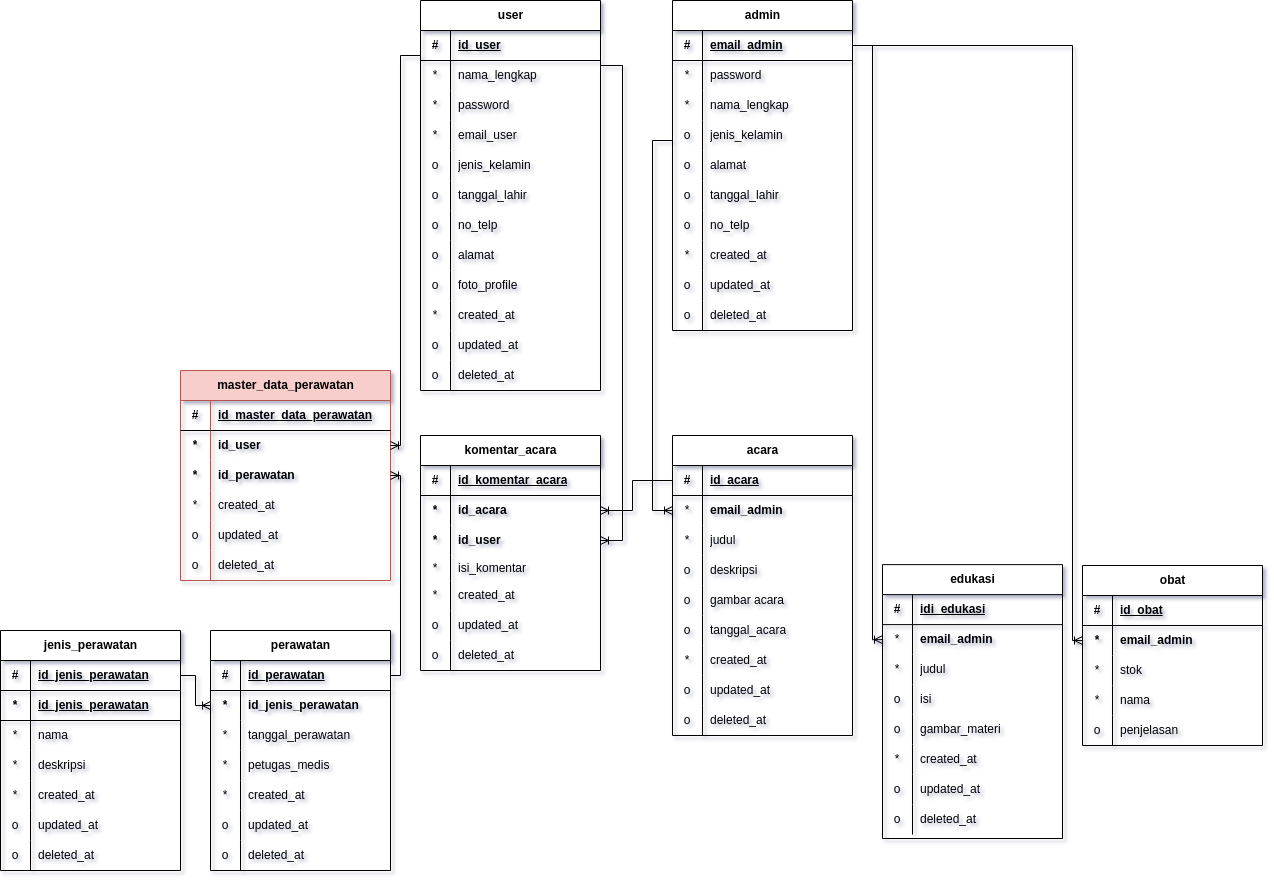
Above: docs/architecture/database/Logical-Data-Model.png in oskhar/Posyandu-Data-Management (draw.io), before the change. Source tidied: cells renumbered, new cells last; positions are measured from the earlier drawing's top-left corner, leaving out a move shared by most shapes.
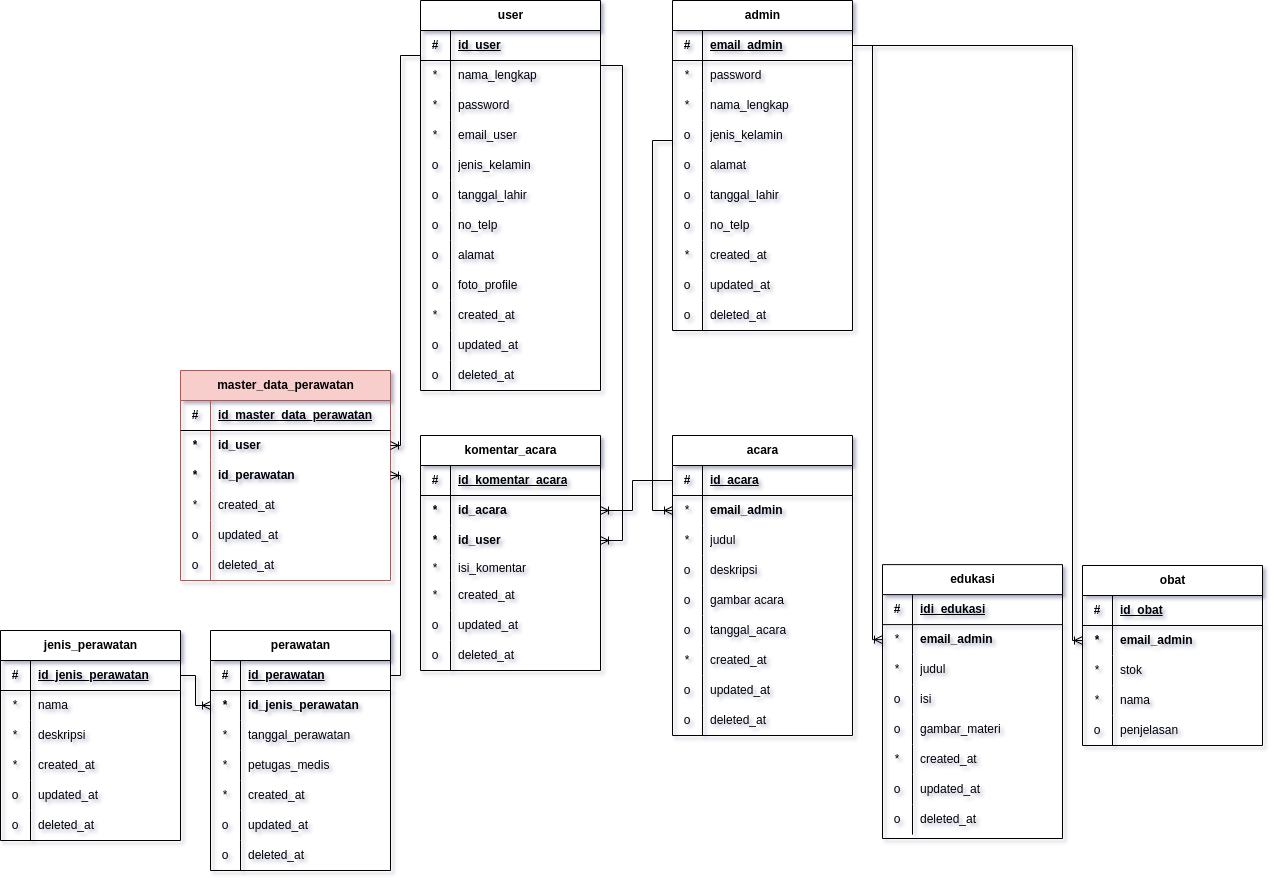
Above is the later version.

Commit message:
fix: penamaan atribute

What changed in the source:
```diff
@@ -180,7 +180,7 @@
       <mxGeometry x="30" width="150" height="30" as="geometry" />
     </mxCell>
     <mxCell id="61" value="jenis_perawatan" style="shape=table;startSize=30;rowLines=0;fontStyle=1;align=center;html=1;" parent="1" vertex="1">
-      <mxGeometry y="630" width="180" height="240" as="geometry" />
+      <mxGeometry y="630" width="180" height="210" as="geometry" />
     </mxCell>
     <mxCell id="62" style="shape=tableRow;horizontal=0;startSize=0;swimlaneHead=0;swimlaneBody=0;fillColor=none;points=[[0,0.5],[1,0.5]];portConstraint=eastwest;top=0;left=0;right=0;bottom=1;" parent="61" vertex="1">
       <mxGeometry y="30" width="180" height="30" as="geometry" />
@@ -191,17 +191,8 @@
     <mxCell id="64" value="id_jenis_perawatan" style="shape=partialRectangle;fillColor=none;top=0;left=0;bottom=0;right=0;align=left;spacingLeft=6;fontStyle=5;overflow=hidden;whiteSpace=wrap;html=1;" parent="62" vertex="1">
       <mxGeometry x="30" width="150" height="30" as="geometry" />
     </mxCell>
-    <mxCell id="65" style="shape=tableRow;horizontal=0;startSize=0;swimlaneHead=0;swimlaneBody=0;fillColor=none;top=0;left=0;right=0;bottom=1;" parent="61" vertex="1">
-      <mxGeometry y="60" width="180" height="30" as="geometry" />
-    </mxCell>
-    <mxCell id="66" value="*" style="shape=partialRectangle;fillColor=none;top=0;left=0;bottom=0;right=0;fontStyle=1;overflow=hidden;whiteSpace=wrap;html=1;" parent="65" vertex="1">
-      <mxGeometry width="30" height="30" as="geometry" />
-    </mxCell>
-    <mxCell id="67" value="id_jenis_perawatan" style="shape=partialRectangle;fillColor=none;top=0;left=0;bottom=0;right=0;align=left;spacingLeft=6;fontStyle=5;overflow=hidden;whiteSpace=wrap;html=1;" parent="65" vertex="1">
-      <mxGeometry x="30" width="150" height="30" as="geometry" />
-    </mxCell>
     <mxCell id="68" style="shape=tableRow;horizontal=0;startSize=0;swimlaneHead=0;swimlaneBody=0;fillColor=none;top=0;left=0;right=0;bottom=0;" parent="61" vertex="1">
-      <mxGeometry y="90" width="180" height="30" as="geometry" />
+      <mxGeometry y="60" width="180" height="30" as="geometry" />
     </mxCell>
     <mxCell id="69" value="*" style="shape=partialRectangle;fillColor=none;top=0;left=0;bottom=0;right=0;overflow=hidden;whiteSpace=wrap;html=1;" parent="68" vertex="1">
       <mxGeometry width="30" height="30" as="geometry" />
@@ -210,7 +201,7 @@
       <mxGeometry x="30" width="150" height="30" as="geometry" />
     </mxCell>
     <mxCell id="71" style="shape=tableRow;horizontal=0;startSize=0;swimlaneHead=0;swimlaneBody=0;fillColor=none;top=0;left=0;right=0;bottom=0;" parent="61" vertex="1">
-      <mxGeometry y="120" width="180" height="30" as="geometry" />
+      <mxGeometry y="90" width="180" height="30" as="geometry" />
     </mxCell>
     <mxCell id="72" value="*" style="shape=partialRectangle;fillColor=none;top=0;left=0;bottom=0;right=0;overflow=hidden;whiteSpace=wrap;html=1;" parent="71" vertex="1">
       <mxGeometry width="30" height="30" as="geometry" />
@@ -219,7 +210,7 @@
       <mxGeometry x="30" width="150" height="30" as="geometry" />
     </mxCell>
     <mxCell id="74" style="shape=tableRow;horizontal=0;startSize=0;swimlaneHead=0;swimlaneBody=0;fillColor=none;top=0;left=0;right=0;bottom=0;" parent="61" vertex="1">
-      <mxGeometry y="150" width="180" height="30" as="geometry" />
+      <mxGeometry y="120" width="180" height="30" as="geometry" />
     </mxCell>
     <mxCell id="75" value="*" style="shape=partialRectangle;fillColor=none;top=0;left=0;bottom=0;right=0;overflow=hidden;whiteSpace=wrap;html=1;" parent="74" vertex="1">
       <mxGeometry width="30" height="30" as="geometry" />
@@ -228,7 +219,7 @@
       <mxGeometry x="30" width="150" height="30" as="geometry" />
     </mxCell>
     <mxCell id="77" style="shape=tableRow;horizontal=0;startSize=0;swimlaneHead=0;swimlaneBody=0;fillColor=none;top=0;left=0;right=0;bottom=0;" parent="61" vertex="1">
-      <mxGeometry y="180" width="180" height="30" as="geometry" />
+      <mxGeometry y="150" width="180" height="30" as="geometry" />
     </mxCell>
     <mxCell id="78" value="o" style="shape=partialRectangle;fillColor=none;top=0;left=0;bottom=0;right=0;overflow=hidden;whiteSpace=wrap;html=1;" parent="77" vertex="1">
       <mxGeometry width="30" height="30" as="geometry" />
@@ -237,7 +228,7 @@
       <mxGeometry x="30" width="150" height="30" as="geometry" />
     </mxCell>
     <mxCell id="80" style="shape=tableRow;horizontal=0;startSize=0;swimlaneHead=0;swimlaneBody=0;fillColor=none;top=0;left=0;right=0;bottom=0;" parent="61" vertex="1">
-      <mxGeometry y="210" width="180" height="30" as="geometry" />
+      <mxGeometry y="180" width="180" height="30" as="geometry" />
     </mxCell>
     <mxCell id="81" value="o" style="shape=partialRectangle;fillColor=none;top=0;left=0;bottom=0;right=0;overflow=hidden;whiteSpace=wrap;html=1;" parent="80" vertex="1">
       <mxGeometry width="30" height="30" as="geometry" />
```
